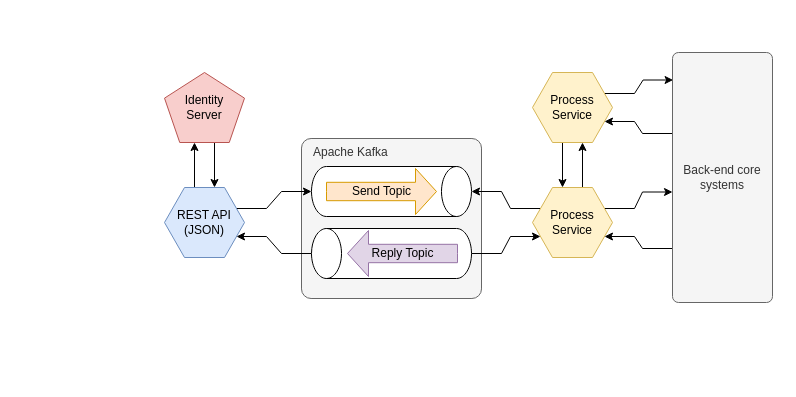
This is page "Proposed Design" (1 of 2) of Untitled Diagram.drawio from badenhorstp/readme, a draw.io file, before an edit. Source tidied: cells renumbered, new cells numbered last; positions are measured from the earlier drawing's top-left corner, leaving out a move shared by most shapes. Both pictures are drawn from the tidied source at 100%, with x=0, y=0 at pixel (164, 52).
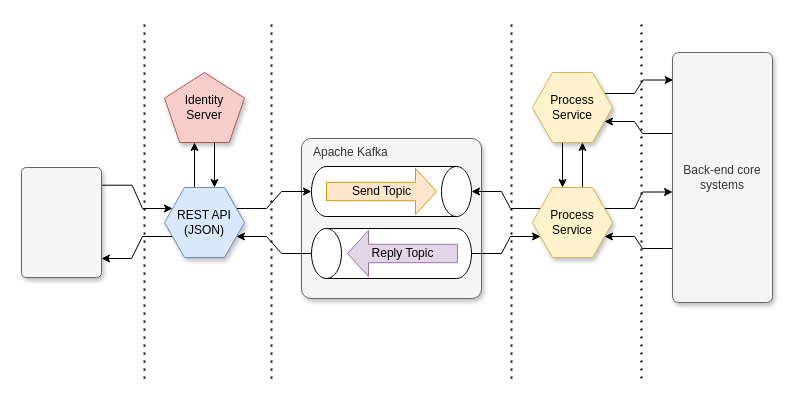
After the change.

What changed in the source:
```diff
@@
-    <mxCell id="2" value="Apache Kafka" style="rounded=1;whiteSpace=wrap;html=1;arcSize=6;align=left;horizontal=1;verticalAlign=top;spacingLeft=10;fillColor=#f5f5f5;strokeColor=#666666;fontColor=#333333;" parent="1" vertex="1">
+    <mxCell id="2" value="Apache Kafka" style="rounded=1;whiteSpace=wrap;html=1;arcSize=6;align=left;horizontal=1;verticalAlign=top;spacingLeft=10;fillColor=#f5f5f5;strokeColor=#666666;fontColor=#333333;shadow=1;" parent="1" vertex="1">
       <mxGeometry x="137" y="86" width="180" height="160" as="geometry" />
     </mxCell>
@@
-    <mxCell id="4" value="Identity&lt;br&gt;Server" style="whiteSpace=wrap;html=1;shape=mxgraph.basic.pentagon;fillColor=#f8cecc;strokeColor=#b85450;" parent="1" vertex="1">
+    <mxCell id="4" value="Identity&lt;br&gt;Server" style="whiteSpace=wrap;html=1;shape=mxgraph.basic.pentagon;fillColor=#f8cecc;strokeColor=#b85450;shadow=1;" parent="1" vertex="1">
       <mxGeometry y="20" width="80" height="70" as="geometry" />
     </mxCell>
@@
+    <mxCell id="24" style="edgeStyle=entityRelationEdgeStyle;rounded=0;jettySize=auto;html=1;exitX=0;exitY=0.75;exitDx=0;exitDy=0;entryX=1;entryY=0.827;entryDx=0;entryDy=0;entryPerimeter=0;" parent="1" edge="1" source="7" target="30">
+      <mxGeometry relative="1" as="geometry" />
+    </mxCell>
-    <mxCell id="7" value="REST API&lt;br&gt;(JSON)" style="shape=hexagon;perimeter=hexagonPerimeter2;whiteSpace=wrap;html=1;fixedSize=1;fillColor=#dae8fc;strokeColor=#6c8ebf;" parent="1" vertex="1">
+    <mxCell id="7" value="REST API&lt;br&gt;(JSON)" style="shape=hexagon;perimeter=hexagonPerimeter2;whiteSpace=wrap;html=1;fixedSize=1;fillColor=#dae8fc;strokeColor=#6c8ebf;shadow=1;rounded=0;" parent="1" vertex="1">
       <mxGeometry y="135" width="80" height="70" as="geometry" />
     </mxCell>
@@
-    <mxCell id="11" value="Process&lt;br&gt;Service" style="shape=hexagon;perimeter=hexagonPerimeter2;whiteSpace=wrap;html=1;fixedSize=1;fillColor=#fff2cc;strokeColor=#d6b656;" parent="1" vertex="1">
+    <mxCell id="11" value="Process&lt;br&gt;Service" style="shape=hexagon;perimeter=hexagonPerimeter2;whiteSpace=wrap;html=1;fixedSize=1;fillColor=#fff2cc;strokeColor=#d6b656;shadow=1;" parent="1" vertex="1">
       <mxGeometry x="368" y="135" width="80" height="70" as="geometry" />
     </mxCell>
@@
-    <mxCell id="16" value="Back-end core systems" style="rounded=1;whiteSpace=wrap;html=1;arcSize=6;align=center;horizontal=1;verticalAlign=middle;spacingLeft=0;fillColor=#f5f5f5;strokeColor=#666666;fontColor=#333333;" parent="1" vertex="1">
+    <mxCell id="16" value="Back-end core systems" style="rounded=1;whiteSpace=wrap;html=1;arcSize=6;align=center;horizontal=1;verticalAlign=middle;spacingLeft=0;fillColor=#f5f5f5;strokeColor=#666666;fontColor=#333333;shadow=1;" parent="1" vertex="1">
       <mxGeometry x="508" width="100" height="250" as="geometry" />
     </mxCell>
@@
-    <mxCell id="19" value="Process&lt;br&gt;Service" style="shape=hexagon;perimeter=hexagonPerimeter2;whiteSpace=wrap;html=1;fixedSize=1;fillColor=#fff2cc;strokeColor=#d6b656;" parent="1" vertex="1">
+    <mxCell id="19" value="Process&lt;br&gt;Service" style="shape=hexagon;perimeter=hexagonPerimeter2;whiteSpace=wrap;html=1;fixedSize=1;fillColor=#fff2cc;strokeColor=#d6b656;shadow=1;" parent="1" vertex="1">
       <mxGeometry x="368" y="20" width="80" height="70" as="geometry" />
     </mxCell>
@@
+    <mxCell id="25" style="endArrow=none;dashed=1;html=1;dashPattern=1 3;strokeWidth=2;" parent="1" edge="1">
+      <mxGeometry relative="1" as="geometry">
+        <mxPoint x="107" y="326" as="sourcePoint" />
+        <mxPoint x="107" y="-34" as="targetPoint" />
+      </mxGeometry>
+    </mxCell>
+    <mxCell id="26" style="endArrow=none;dashed=1;html=1;dashPattern=1 3;strokeWidth=2;" parent="1" edge="1">
+      <mxGeometry relative="1" as="geometry">
+        <mxPoint x="347" y="326" as="sourcePoint" />
+        <mxPoint x="347" y="-34" as="targetPoint" />
+      </mxGeometry>
+    </mxCell>
+    <mxCell id="27" style="endArrow=none;dashed=1;html=1;dashPattern=1 3;strokeWidth=2;" parent="1" edge="1">
+      <mxGeometry relative="1" as="geometry">
+        <mxPoint x="-20" y="326" as="sourcePoint" />
+        <mxPoint x="-20" y="-34" as="targetPoint" />
+      </mxGeometry>
+    </mxCell>
+    <mxCell id="28" style="endArrow=none;dashed=1;html=1;dashPattern=1 3;strokeWidth=2;" parent="1" edge="1">
+      <mxGeometry relative="1" as="geometry">
+        <mxPoint x="477" y="326" as="sourcePoint" />
+        <mxPoint x="477" y="-34" as="targetPoint" />
+      </mxGeometry>
+    </mxCell>
+    <mxCell id="29" style="edgeStyle=entityRelationEdgeStyle;rounded=0;jettySize=auto;html=1;exitX=1.008;exitY=0.161;exitDx=0;exitDy=0;entryX=0;entryY=0.25;entryDx=0;entryDy=0;exitPerimeter=0;" parent="1" edge="1" source="30" target="7">
+      <mxGeometry relative="1" as="geometry" />
+    </mxCell>
+    <mxCell id="30" style="rounded=1;whiteSpace=wrap;html=1;arcSize=6;align=center;horizontal=1;verticalAlign=middle;spacingLeft=0;fillColor=#f5f5f5;strokeColor=#666666;fontColor=#333333;shadow=1;" parent="1" vertex="1">
+      <mxGeometry x="-143" y="115" width="80" height="110" as="geometry" />
+    </mxCell>
```
